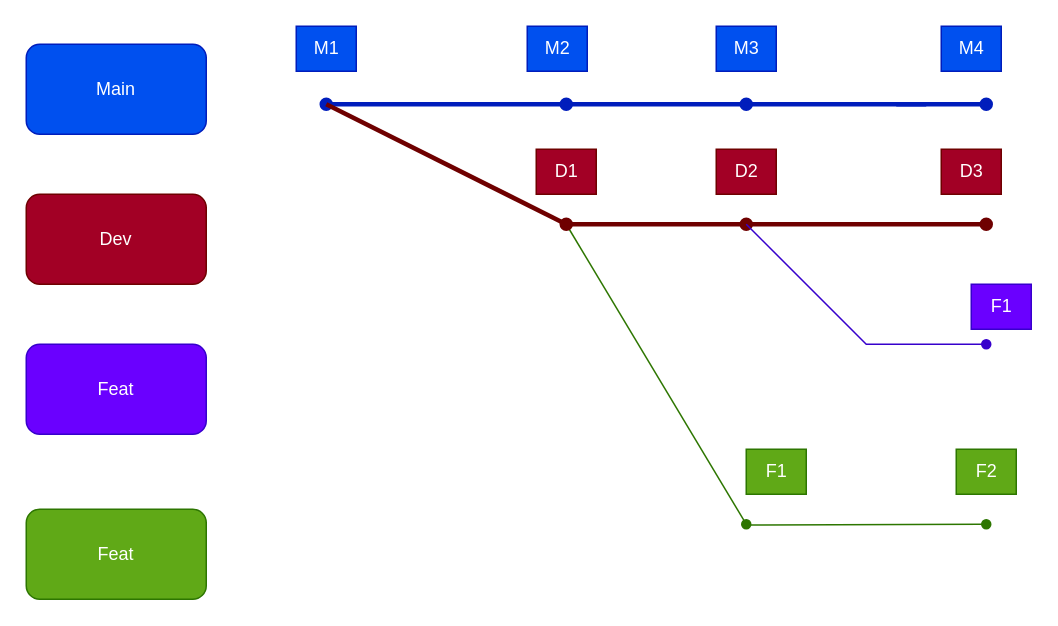
Before: page "github workflows" (7 of 9) of Diagramme sans nom.drawio in Ali0908/BDD_UML, a draw.io diagram. Source tidied: cells renumbered, new cells numbered last; positions are measured from the earlier drawing's top-left corner, leaving out a move shared by most shapes. Both pictures are drawn from the tidied source at 150%, with x=0, y=0 at pixel (26, 26).
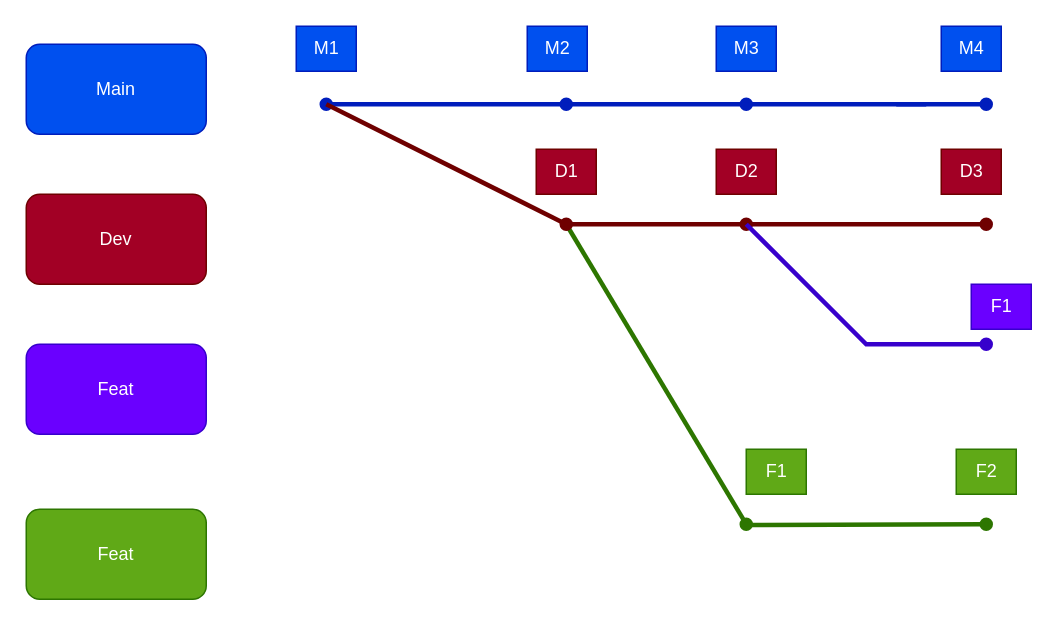
The same diagram, later.

Commit message:
MAJ workflow GIT.drawio

Diff of the diagram source:
```diff
@@
-    <mxCell id="13" style="endArrow=none;html=1;rounded=0;align=center;verticalAlign=top;endFill=0;labelBackgroundColor=none;endSize=6;startArrow=oval;startFill=1;fillColor=#6a00ff;strokeColor=#3700CC;" parent="1" edge="1">
+    <mxCell id="13" style="endArrow=none;html=1;rounded=0;align=center;verticalAlign=top;endFill=0;labelBackgroundColor=none;endSize=6;startArrow=oval;startFill=1;fillColor=#6a00ff;strokeColor=#3700CC;strokeWidth=3;" parent="1" edge="1">
       <mxGeometry relative="1" as="geometry">
         <mxPoint x="640" y="212" as="sourcePoint" />
         <mxPoint x="480" y="132" as="targetPoint" />
         <Array as="points">
           <mxPoint x="560" y="212" />
         </Array>
       </mxGeometry>
     </mxCell>
-    <mxCell id="14" style="endArrow=none;html=1;rounded=0;align=center;verticalAlign=top;endFill=0;labelBackgroundColor=none;endSize=6;startArrow=oval;startFill=1;fillColor=#60a917;strokeColor=#2D7600;" parent="1" edge="1">
+    <mxCell id="14" style="endArrow=none;html=1;rounded=0;align=center;verticalAlign=top;endFill=0;labelBackgroundColor=none;endSize=6;startArrow=oval;startFill=1;fillColor=#60a917;strokeColor=#2D7600;strokeWidth=3;" parent="1" edge="1">
       <mxGeometry relative="1" as="geometry">
         <mxPoint x="480" y="332" as="sourcePoint" />
         <mxPoint x="360" y="132" as="targetPoint" />
       </mxGeometry>
     </mxCell>
-    <mxCell id="15" style="endArrow=none;html=1;rounded=0;align=center;verticalAlign=top;endFill=0;labelBackgroundColor=none;endSize=6;startArrow=oval;startFill=1;fillColor=#60a917;strokeColor=#2D7600;" parent="1" edge="1">
+    <mxCell id="15" style="endArrow=none;html=1;rounded=0;align=center;verticalAlign=top;endFill=0;labelBackgroundColor=none;endSize=6;startArrow=oval;startFill=1;fillColor=#60a917;strokeColor=#2D7600;strokeWidth=3;" parent="1" edge="1">
       <mxGeometry relative="1" as="geometry">
         <mxPoint x="640" y="332" as="sourcePoint" />
         <mxPoint x="480" y="332.5" as="targetPoint" />
       </mxGeometry>
     </mxCell>
```
